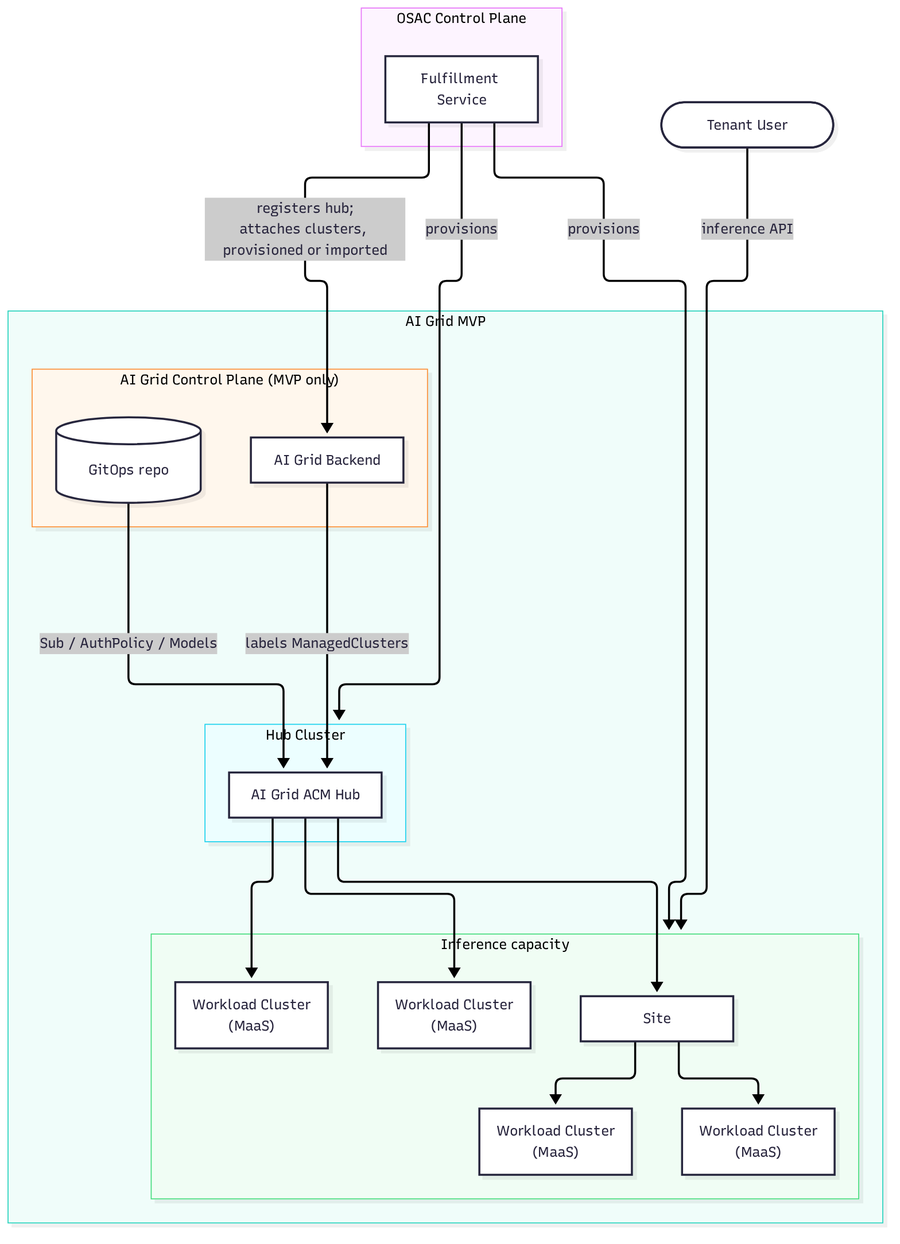
osac-project/enhancement-proposals keeps this Mermaid diagram as enhancements/OSAC-6435-multi-tenant-ai-grid-infrastructure/assets/ai-grid-topology.png. Above is the earlier version. Its source is kept beside it as enhancements/OSAC-6435-multi-tenant-ai-grid-infrastructure/assets/ai-grid-topology.mmd.
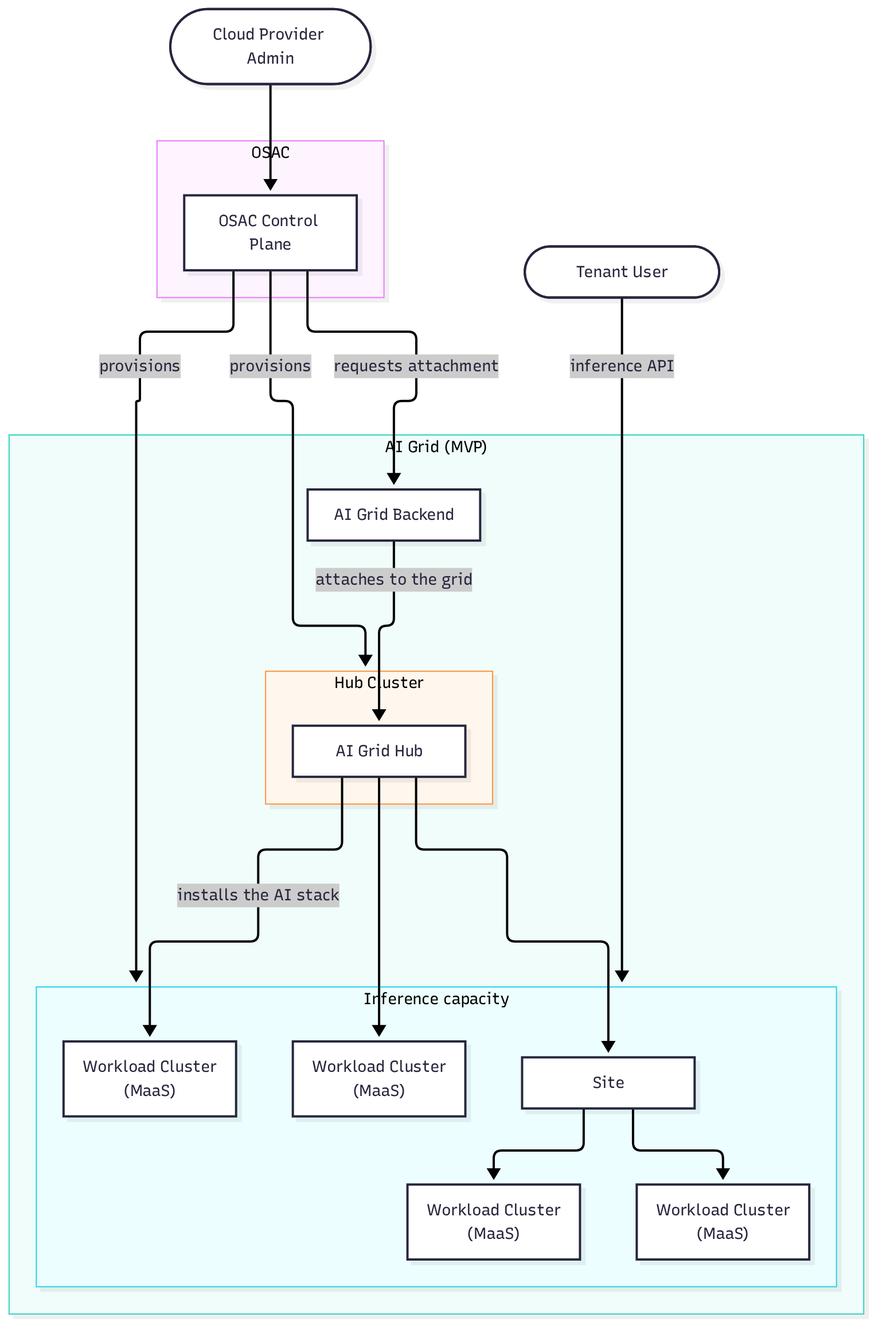
The same diagram one commit later.

Commit message:
OSAC-6435: PRD - resolve review conflicts and drop internal details

Change to the diagram source:
```diff
@@ -1,21 +1,18 @@
 flowchart TB
-    subgraph osac["OSAC Control Plane"]
-        fs["Fulfillment Service"]
+    cpa(["Cloud Provider Admin"])
+    tenant(["Tenant User"])
+
+    subgraph osac["OSAC"]
+        cp["OSAC Control Plane"]
     end
 
-    tenant(["Tenant User"])
-
-    subgraph mvp["AI Grid MVP"]
+    subgraph grid["AI Grid (MVP)"]
         direction TB
 
-        subgraph ctl["AI Grid Control Plane (MVP only)"]
-            direction LR
-            backend["AI Grid Backend"]
-            gitops[("GitOps repo")]
-        end
+        backend["AI Grid Backend"]
 
         subgraph hubc["Hub Cluster"]
-            hub["AI Grid ACM Hub"]
+            hub["AI Grid Hub"]
         end
 
         subgraph cap["Inference capacity"]
@@ -30,14 +27,15 @@
         end
     end
 
-    fs -->|"provisions"| hubc
-    fs -->|"provisions"| cap
-    fs -->|"registers hub;<br/>attaches clusters, provisioned or imported"| backend
+    cpa --> cp
 
-    backend -->|"labels ManagedClusters"| hub
-    gitops -->|"Sub / AuthPolicy / Models"| hub
+    cp -->|"provisions"| hubc
+    cp -->|"provisions"| cap
+    cp -->|"requests attachment"| backend
 
-    hub --> wc1
+    backend -->|"attaches to the grid"| hub
+
+    hub -->|"installs the AI stack"| wc1
     hub --> wc2
     hub --> site
 
```
